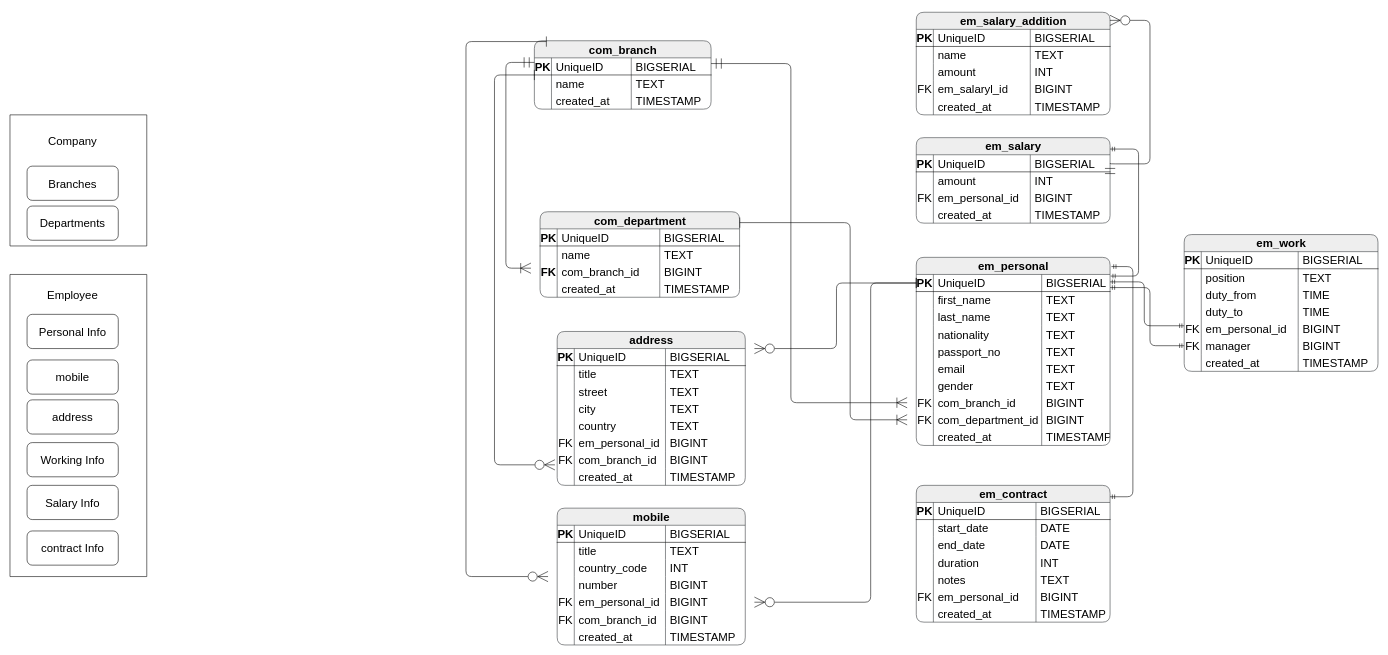
Above: EMS_ERD.drawio in ahmed-sallam/ems (draw.io), before the change. Source tidied: cells renumbered, new cells numbered last; positions are measured from the earlier drawing's top-left corner, leaving out a move shared by most shapes. Both pictures are drawn from the tidied source at 57%, with x=0, y=0 at pixel (10, 12).
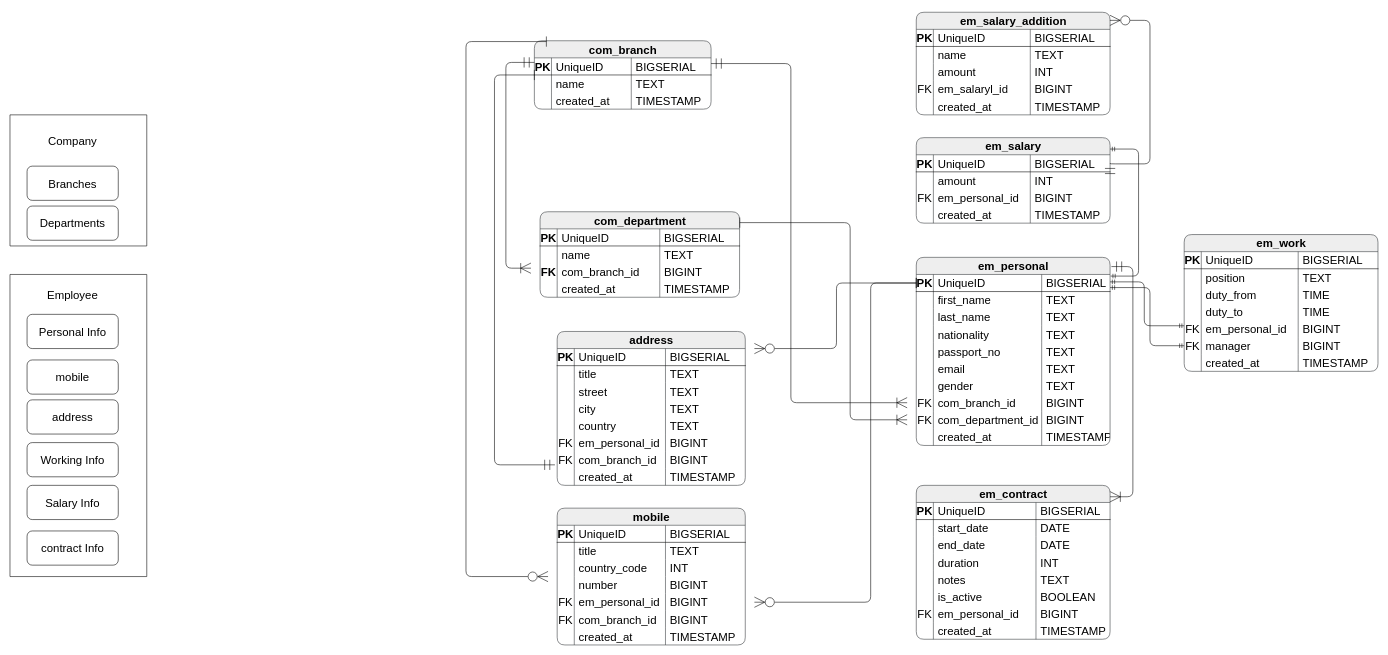
Above is the later version.

The change refers to these unchanged cells:
```xml
<mxCell id="14" value="com_branch" style="shape=table;startSize=30;childLayout=tableLayout;rowLines=0;fontStyle=1;align=center;html=1;hachureGap=4;fontFamily=Helvetica;fontSize=20;fillColor=#eeeeee;strokeColor=#36393d;rounded=1;" parent="1" vertex="1">
  <mxGeometry x="920" y="50" width="310" height="120" as="geometry" />
</mxCell>
<mxCell id="45" value="em_personal" style="shape=table;startSize=30;childLayout=tableLayout;rowLines=0;fontStyle=1;align=center;html=1;hachureGap=4;fontFamily=Helvetica;fontSize=20;fillColor=#eeeeee;strokeColor=#36393d;rounded=1;" parent="1" vertex="1">
  <mxGeometry x="1590" y="430" width="340" height="330" as="geometry" />
</mxCell>
<mxCell id="142" style="shape=tableRow;horizontal=0;startSize=0;swimlaneHead=0;swimlaneBody=0;fillColor=none;points=[[0,0.5],[1,0.5]];portConstraint=eastwest;top=0;left=0;right=0;bottom=0;hachureGap=4;fontFamily=Helvetica;fontSize=20;rounded=1;" parent="117" vertex="1">
  <mxGeometry y="210" width="330" height="30" as="geometry" />
</mxCell>
```

Diff of the diagram source:
```diff
@@
-    <mxCell id="151" style="edgeStyle=orthogonalEdgeStyle;fontSize=12;html=1;endArrow=ERzeroToMany;startArrow=baseDash;rounded=1;spacing=9;spacingRight=10;endSize=16;targetPerimeterSpacing=16;startSize=16;endFill=0;startFill=0;entryX=-0.012;entryY=0.8;entryDx=0;entryDy=0;entryPerimeter=0;" parent="1" edge="1" source="14" target="142">
+    <mxCell id="151" style="edgeStyle=orthogonalEdgeStyle;fontSize=12;html=1;endArrow=ERmandOne;startArrow=baseDash;rounded=1;spacing=9;spacingRight=10;endSize=16;targetPerimeterSpacing=16;startSize=16;endFill=0;startFill=0;entryX=-0.012;entryY=0.8;entryDx=0;entryDy=0;entryPerimeter=0;" parent="1" edge="1" source="14" target="142">
       <mxGeometry relative="1" as="geometry">
         <Array as="points">
           <mxPoint x="850" y="110" />
           <mxPoint x="850" y="794" />
         </Array>
       </mxGeometry>
     </mxCell>
@@
     <mxCell id="154" value="em_contract" style="shape=table;startSize=30;childLayout=tableLayout;rowLines=0;fontStyle=1;align=center;html=1;hachureGap=4;fontFamily=Helvetica;fontSize=20;fillColor=#eeeeee;strokeColor=#36393d;rounded=1;" parent="1" vertex="1">
-      <mxGeometry x="1590" y="830" width="340" height="240" as="geometry" />
+      <mxGeometry x="1590" y="830" width="340" height="270" as="geometry" />
     </mxCell>
@@
+    <mxCell id="255" style="shape=tableRow;horizontal=0;startSize=0;swimlaneHead=0;swimlaneBody=0;fillColor=none;top=0;left=0;right=0;bottom=0;hachureGap=4;fontFamily=Helvetica;fontSize=20;rounded=1;" parent="154" vertex="1">
+      <mxGeometry y="180" width="340" height="30" as="geometry" />
+    </mxCell>
+    <mxCell id="256" style="shape=partialRectangle;fillColor=none;top=0;left=0;bottom=0;right=0;overflow=hidden;whiteSpace=wrap;html=1;hachureGap=4;fontFamily=Helvetica;fontSize=20;rounded=1;" parent="255" vertex="1">
+      <mxGeometry width="30" height="30" as="geometry" />
+    </mxCell>
+    <mxCell id="257" value="is_active" style="shape=partialRectangle;fillColor=none;top=0;left=0;bottom=0;right=0;align=left;spacingLeft=6;overflow=hidden;whiteSpace=wrap;html=1;hachureGap=4;fontFamily=Helvetica;fontSize=20;rounded=1;" parent="255" vertex="1">
+      <mxGeometry x="30" width="180" height="30" as="geometry" />
+    </mxCell>
+    <mxCell id="258" value="BOOLEAN" style="shape=partialRectangle;fillColor=none;top=0;left=0;bottom=0;right=0;align=left;spacingLeft=6;overflow=hidden;whiteSpace=wrap;html=1;hachureGap=4;fontFamily=Helvetica;fontSize=20;rounded=1;" parent="255" vertex="1">
+      <mxGeometry x="210" width="130" height="30" as="geometry" />
+    </mxCell>
     <mxCell id="175" style="shape=tableRow;horizontal=0;startSize=0;swimlaneHead=0;swimlaneBody=0;fillColor=none;top=0;left=0;right=0;bottom=0;hachureGap=4;fontFamily=Helvetica;fontSize=20;rounded=1;" parent="154" vertex="1">
-      <mxGeometry y="180" width="340" height="30" as="geometry" />
+      <mxGeometry y="210" width="340" height="30" as="geometry" />
     </mxCell>
@@
     <mxCell id="179" style="shape=tableRow;horizontal=0;startSize=0;swimlaneHead=0;swimlaneBody=0;fillColor=none;top=0;left=0;right=0;bottom=0;hachureGap=4;fontFamily=Helvetica;fontSize=20;rounded=1;" parent="154" vertex="1">
-      <mxGeometry y="210" width="340" height="30" as="geometry" />
+      <mxGeometry y="240" width="340" height="30" as="geometry" />
     </mxCell>
@@
-    <mxCell id="183" style="edgeStyle=orthogonalEdgeStyle;fontSize=12;html=1;endArrow=ERmandOne;startArrow=ERmandOne;rounded=1;entryX=1.007;entryY=0.049;entryDx=0;entryDy=0;entryPerimeter=0;" parent="1" edge="1" source="154" target="45">
+    <mxCell id="183" style="edgeStyle=orthogonalEdgeStyle;fontSize=12;html=1;endArrow=ERmandOne;startArrow=ERoneToMany;rounded=1;entryX=1.007;entryY=0.049;entryDx=0;entryDy=0;entryPerimeter=0;startFill=0;startSize=16;endSize=16;" parent="1" edge="1" source="154" target="45">
       <mxGeometry relative="1" as="geometry">
         <Array as="points">
           <mxPoint x="1970" y="850" />
           <mxPoint x="1970" y="446" />
         </Array>
       </mxGeometry>
     </mxCell>
```
